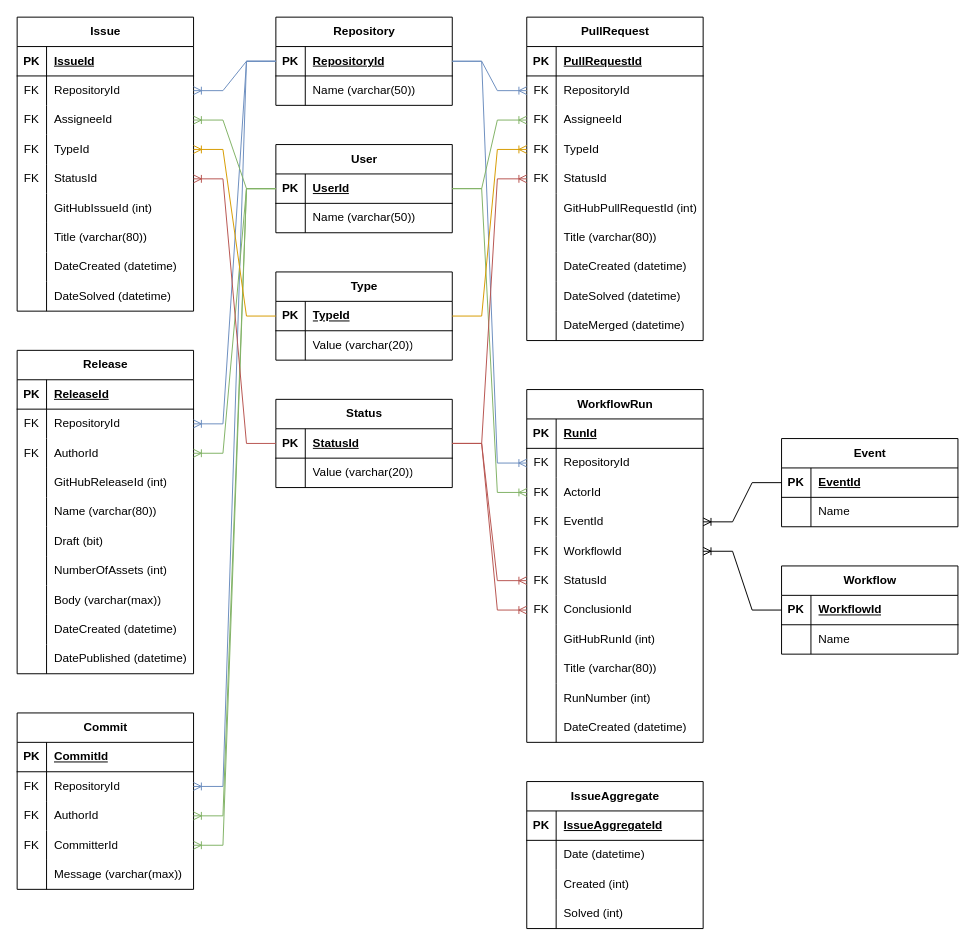
LegendarySpork9/Other-Projects keeps this draw.io diagram as GitHub Scraper/Database ERD.drawio. Above is the earlier version. Source tidied: cells renumbered, new cells numbered last; positions are measured from the earlier drawing's top-left corner, leaving out a move shared by most shapes. Both pictures are drawn from the tidied source at 98%, with x=0, y=0 at pixel (17, 17).
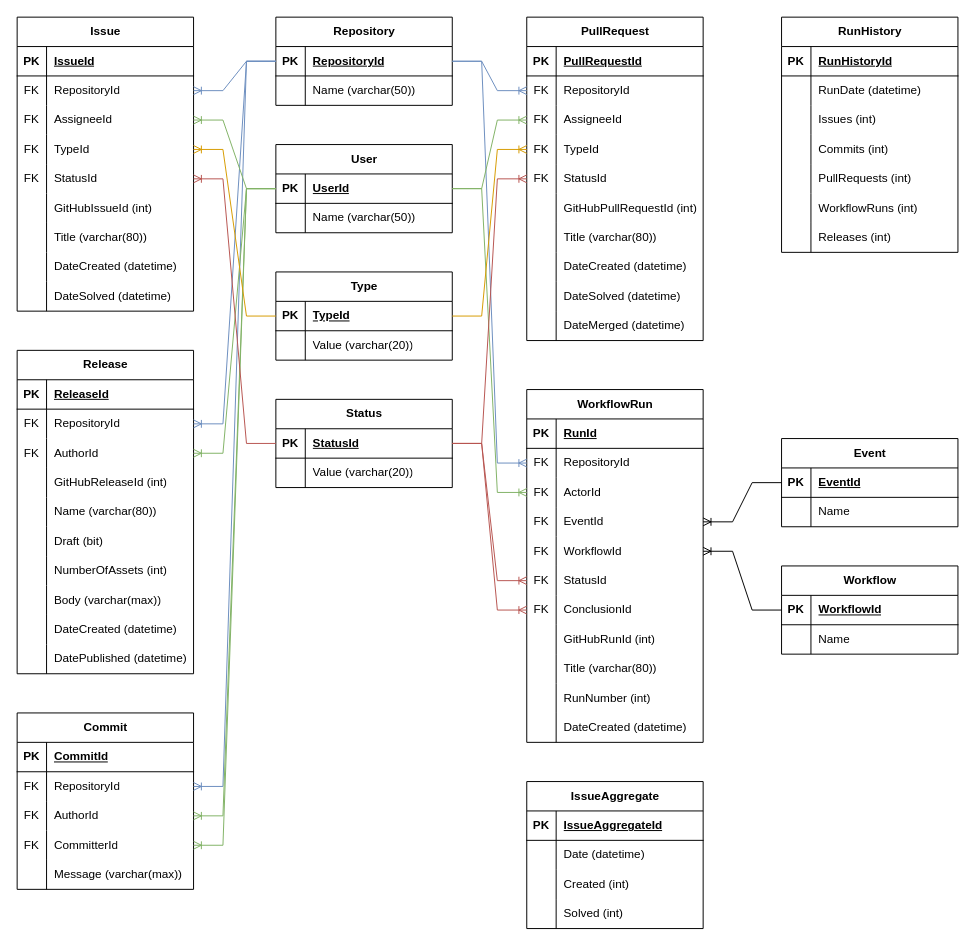
After the change.

Diff of the diagram source:
```diff
@@
+    <mxCell id="216" value="RunHistory" style="shape=table;startSize=30;childLayout=tableLayout;rowLines=0;fontStyle=1;align=center;html=1;" parent="1" vertex="1">
+      <mxGeometry x="780" width="180" height="240" as="geometry" />
+    </mxCell>
+    <mxCell id="217" style="shape=tableRow;horizontal=0;startSize=0;swimlaneHead=0;swimlaneBody=0;fillColor=none;top=0;left=0;right=0;bottom=1;" parent="216" vertex="1">
+      <mxGeometry y="30" width="180" height="30" as="geometry" />
+    </mxCell>
+    <mxCell id="218" value="PK" style="shape=partialRectangle;fillColor=none;top=0;left=0;bottom=0;right=0;fontStyle=1;overflow=hidden;whiteSpace=wrap;html=1;" parent="217" vertex="1">
+      <mxGeometry width="30" height="30" as="geometry" />
+    </mxCell>
+    <mxCell id="219" value="RunHistoryId" style="shape=partialRectangle;fillColor=none;top=0;left=0;bottom=0;right=0;align=left;spacingLeft=6;fontStyle=5;overflow=hidden;whiteSpace=wrap;html=1;" parent="217" vertex="1">
+      <mxGeometry x="30" width="150" height="30" as="geometry" />
+    </mxCell>
+    <mxCell id="220" style="shape=tableRow;horizontal=0;startSize=0;swimlaneHead=0;swimlaneBody=0;fillColor=none;top=0;left=0;right=0;bottom=0;" parent="216" vertex="1">
+      <mxGeometry y="60" width="180" height="30" as="geometry" />
+    </mxCell>
+    <mxCell id="221" style="shape=partialRectangle;fillColor=none;top=0;left=0;bottom=0;right=0;overflow=hidden;whiteSpace=wrap;html=1;" parent="220" vertex="1">
+      <mxGeometry width="30" height="30" as="geometry" />
+    </mxCell>
+    <mxCell id="222" value="RunDate (datetime)" style="shape=partialRectangle;fillColor=none;top=0;left=0;bottom=0;right=0;align=left;spacingLeft=6;overflow=hidden;whiteSpace=wrap;html=1;" parent="220" vertex="1">
+      <mxGeometry x="30" width="150" height="30" as="geometry" />
+    </mxCell>
+    <mxCell id="223" style="shape=tableRow;horizontal=0;startSize=0;swimlaneHead=0;swimlaneBody=0;fillColor=none;top=0;left=0;right=0;bottom=0;" parent="216" vertex="1">
+      <mxGeometry y="90" width="180" height="30" as="geometry" />
+    </mxCell>
+    <mxCell id="224" style="shape=partialRectangle;fillColor=none;top=0;left=0;bottom=0;right=0;overflow=hidden;whiteSpace=wrap;html=1;" parent="223" vertex="1">
+      <mxGeometry width="30" height="30" as="geometry" />
+    </mxCell>
+    <mxCell id="225" value="Issues&lt;span style=&quot;background-color: transparent; color: light-dark(rgb(0, 0, 0), rgb(255, 255, 255));&quot;&gt;&amp;nbsp;(int)&lt;/span&gt;" style="shape=partialRectangle;fillColor=none;top=0;left=0;bottom=0;right=0;align=left;spacingLeft=6;overflow=hidden;whiteSpace=wrap;html=1;" parent="223" vertex="1">
+      <mxGeometry x="30" width="150" height="30" as="geometry" />
+    </mxCell>
+    <mxCell id="226" style="shape=tableRow;horizontal=0;startSize=0;swimlaneHead=0;swimlaneBody=0;fillColor=none;top=0;left=0;right=0;bottom=0;" parent="216" vertex="1">
+      <mxGeometry y="120" width="180" height="30" as="geometry" />
+    </mxCell>
+    <mxCell id="227" style="shape=partialRectangle;fillColor=none;top=0;left=0;bottom=0;right=0;overflow=hidden;whiteSpace=wrap;html=1;" parent="226" vertex="1">
+      <mxGeometry width="30" height="30" as="geometry" />
+    </mxCell>
+    <mxCell id="228" value="Commits (int)" style="shape=partialRectangle;fillColor=none;top=0;left=0;bottom=0;right=0;align=left;spacingLeft=6;overflow=hidden;whiteSpace=wrap;html=1;" parent="226" vertex="1">
+      <mxGeometry x="30" width="150" height="30" as="geometry" />
+    </mxCell>
+    <mxCell id="229" style="shape=tableRow;horizontal=0;startSize=0;swimlaneHead=0;swimlaneBody=0;fillColor=none;top=0;left=0;right=0;bottom=0;" parent="216" vertex="1">
+      <mxGeometry y="150" width="180" height="30" as="geometry" />
+    </mxCell>
+    <mxCell id="230" style="shape=partialRectangle;fillColor=none;top=0;left=0;bottom=0;right=0;overflow=hidden;whiteSpace=wrap;html=1;" parent="229" vertex="1">
+      <mxGeometry width="30" height="30" as="geometry" />
+    </mxCell>
+    <mxCell id="231" value="PullRequests (int)" style="shape=partialRectangle;fillColor=none;top=0;left=0;bottom=0;right=0;align=left;spacingLeft=6;overflow=hidden;whiteSpace=wrap;html=1;" parent="229" vertex="1">
+      <mxGeometry x="30" width="150" height="30" as="geometry" />
+    </mxCell>
+    <mxCell id="232" style="shape=tableRow;horizontal=0;startSize=0;swimlaneHead=0;swimlaneBody=0;fillColor=none;top=0;left=0;right=0;bottom=0;" parent="216" vertex="1">
+      <mxGeometry y="180" width="180" height="30" as="geometry" />
+    </mxCell>
+    <mxCell id="233" style="shape=partialRectangle;fillColor=none;top=0;left=0;bottom=0;right=0;overflow=hidden;whiteSpace=wrap;html=1;" parent="232" vertex="1">
+      <mxGeometry width="30" height="30" as="geometry" />
+    </mxCell>
+    <mxCell id="234" value="WorkflowRuns (int)" style="shape=partialRectangle;fillColor=none;top=0;left=0;bottom=0;right=0;align=left;spacingLeft=6;overflow=hidden;whiteSpace=wrap;html=1;" parent="232" vertex="1">
+      <mxGeometry x="30" width="150" height="30" as="geometry" />
+    </mxCell>
+    <mxCell id="235" style="shape=tableRow;horizontal=0;startSize=0;swimlaneHead=0;swimlaneBody=0;fillColor=none;top=0;left=0;right=0;bottom=0;" parent="216" vertex="1">
+      <mxGeometry y="210" width="180" height="30" as="geometry" />
+    </mxCell>
+    <mxCell id="236" style="shape=partialRectangle;fillColor=none;top=0;left=0;bottom=0;right=0;overflow=hidden;whiteSpace=wrap;html=1;" parent="235" vertex="1">
+      <mxGeometry width="30" height="30" as="geometry" />
+    </mxCell>
+    <mxCell id="237" value="Releases (int)" style="shape=partialRectangle;fillColor=none;top=0;left=0;bottom=0;right=0;align=left;spacingLeft=6;overflow=hidden;whiteSpace=wrap;html=1;" parent="235" vertex="1">
+      <mxGeometry x="30" width="150" height="30" as="geometry" />
+    </mxCell>
```
